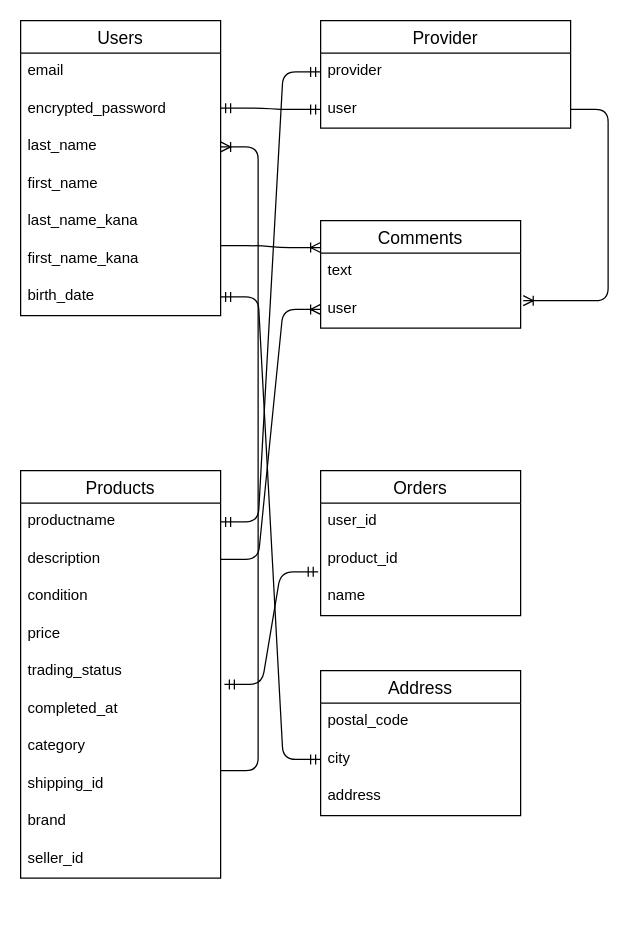
The draw.io diagram ER.dio in on102-yamauchi-kazuhiro/furima-35937, before the edit. Source tidied: cells renumbered, new cells numbered last; positions are measured from the earlier drawing's top-left corner, leaving out a move shared by most shapes. Both pictures are drawn from the tidied source at 125%, with x=0, y=0 at pixel (20, 20).
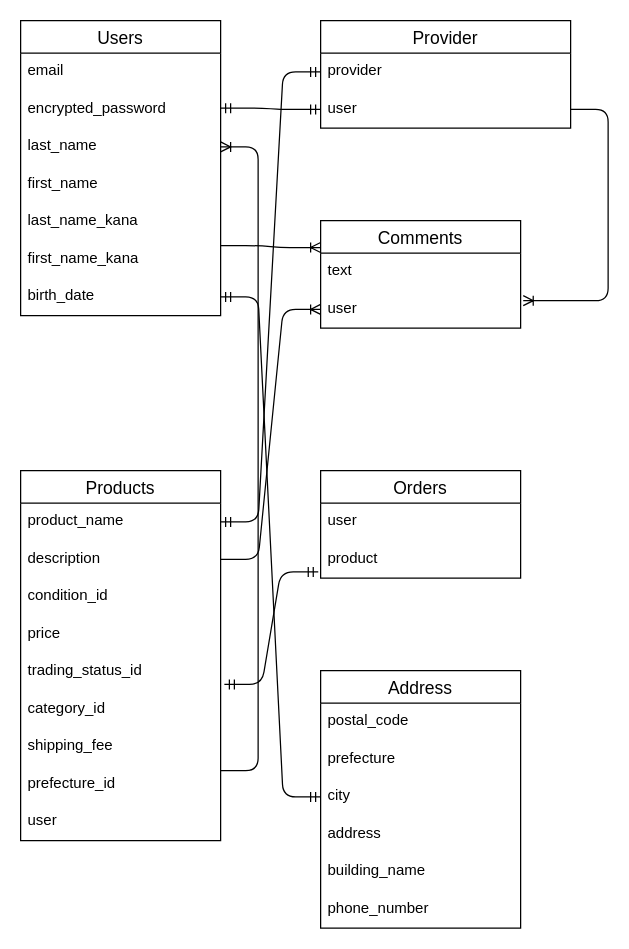
After the change.

Commit message (it also covers changes not shown here):
データ設計の修正３

Diff of the diagram source:
```diff
@@
     <mxCell id="16" value="Products" style="swimlane;fontStyle=0;horizontal=1;startSize=26;align=center;fontSize=14;" parent="1" vertex="1">
-      <mxGeometry y="360" width="160" height="326" as="geometry" />
+      <mxGeometry y="360" width="160" height="296" as="geometry" />
     </mxCell>
-    <mxCell id="17" value="productname" style="text;strokeColor=none;fillColor=none;spacingLeft=4;spacingRight=4;overflow=hidden;points=[[0,0.5],[1,0.5]];portConstraint=eastwest;fontSize=12;" parent="16" vertex="1">
+    <mxCell id="17" value="product_name" style="text;strokeColor=none;fillColor=none;spacingLeft=4;spacingRight=4;overflow=hidden;points=[[0,0.5],[1,0.5]];portConstraint=eastwest;fontSize=12;" parent="16" vertex="1">
       <mxGeometry y="26" width="160" height="30" as="geometry" />
     </mxCell>
@@
-    <mxCell id="19" value="condition" style="text;strokeColor=none;fillColor=none;spacingLeft=4;spacingRight=4;overflow=hidden;fontSize=12;" parent="16" vertex="1">
+    <mxCell id="19" value="condition_id" style="text;strokeColor=none;fillColor=none;spacingLeft=4;spacingRight=4;overflow=hidden;fontSize=12;" parent="16" vertex="1">
       <mxGeometry y="86" width="160" height="30" as="geometry" />
     </mxCell>
@@
-    <mxCell id="21" value="trading_status" style="text;strokeColor=none;fillColor=none;spacingLeft=4;spacingRight=4;overflow=hidden;fontSize=12;" parent="16" vertex="1">
+    <mxCell id="21" value="trading_status_id" style="text;strokeColor=none;fillColor=none;spacingLeft=4;spacingRight=4;overflow=hidden;fontSize=12;" parent="16" vertex="1">
       <mxGeometry y="146" width="160" height="30" as="geometry" />
     </mxCell>
-    <mxCell id="22" value="completed_at" style="text;strokeColor=none;fillColor=none;spacingLeft=4;spacingRight=4;overflow=hidden;fontSize=12;" parent="16" vertex="1">
-      <mxGeometry y="176" width="160" height="30" as="geometry" />
-    </mxCell>
-    <mxCell id="23" value="category" style="text;strokeColor=none;fillColor=none;spacingLeft=4;spacingRight=4;overflow=hidden;fontSize=12;" parent="16" vertex="1">
-      <mxGeometry y="206" width="160" height="30" as="geometry" />
+    <mxCell id="23" value="category_id" style="text;strokeColor=none;fillColor=none;spacingLeft=4;spacingRight=4;overflow=hidden;fontSize=12;" parent="16" vertex="1">
+      <mxGeometry y="176" width="160" height="30" as="geometry" />
     </mxCell>
-    <mxCell id="24" value="shipping_id" style="text;strokeColor=none;fillColor=none;spacingLeft=4;spacingRight=4;overflow=hidden;fontSize=12;" parent="16" vertex="1">
-      <mxGeometry y="236" width="160" height="30" as="geometry" />
+    <mxCell id="24" value="shipping_fee" style="text;strokeColor=none;fillColor=none;spacingLeft=4;spacingRight=4;overflow=hidden;fontSize=12;" parent="16" vertex="1">
+      <mxGeometry y="206" width="160" height="30" as="geometry" />
     </mxCell>
-    <mxCell id="25" value="brand" style="text;strokeColor=none;fillColor=none;spacingLeft=4;spacingRight=4;overflow=hidden;fontSize=12;" parent="16" vertex="1">
-      <mxGeometry y="266" width="160" height="30" as="geometry" />
+    <mxCell id="25" value="prefecture_id" style="text;strokeColor=none;fillColor=none;spacingLeft=4;spacingRight=4;overflow=hidden;fontSize=12;" parent="16" vertex="1">
+      <mxGeometry y="236" width="160" height="30" as="geometry" />
     </mxCell>
-    <mxCell id="26" value="seller_id" style="text;strokeColor=none;fillColor=none;spacingLeft=4;spacingRight=4;overflow=hidden;fontSize=12;" parent="16" vertex="1">
-      <mxGeometry y="296" width="160" height="30" as="geometry" />
+    <mxCell id="26" value="user" style="text;strokeColor=none;fillColor=none;spacingLeft=4;spacingRight=4;overflow=hidden;fontSize=12;" parent="16" vertex="1">
+      <mxGeometry y="266" width="160" height="30" as="geometry" />
     </mxCell>
     <mxCell id="27" value="Orders" style="swimlane;fontStyle=0;horizontal=1;startSize=26;align=center;fontSize=14;" parent="1" vertex="1">
-      <mxGeometry x="240" y="360" width="160" height="116" as="geometry" />
+      <mxGeometry x="240" y="360" width="160" height="86" as="geometry" />
     </mxCell>
-    <mxCell id="28" value="user_id" style="text;strokeColor=none;fillColor=none;spacingLeft=4;spacingRight=4;overflow=hidden;fontSize=12;" parent="27" vertex="1">
+    <mxCell id="28" value="user" style="text;strokeColor=none;fillColor=none;spacingLeft=4;spacingRight=4;overflow=hidden;fontSize=12;" parent="27" vertex="1">
       <mxGeometry y="26" width="160" height="30" as="geometry" />
     </mxCell>
-    <mxCell id="29" value="product_id" style="text;strokeColor=none;fillColor=none;spacingLeft=4;spacingRight=4;overflow=hidden;fontSize=12;" parent="27" vertex="1">
+    <mxCell id="29" value="product" style="text;strokeColor=none;fillColor=none;spacingLeft=4;spacingRight=4;overflow=hidden;fontSize=12;" parent="27" vertex="1">
       <mxGeometry y="56" width="160" height="30" as="geometry" />
     </mxCell>
-    <mxCell id="30" value="name" style="text;strokeColor=none;fillColor=none;spacingLeft=4;spacingRight=4;overflow=hidden;points=[[0,0.5],[1,0.5]];portConstraint=eastwest;fontSize=12;" parent="27" vertex="1">
-      <mxGeometry y="86" width="160" height="30" as="geometry" />
-    </mxCell>
@@
-    <mxCell id="32" style="edgeStyle=entityRelationEdgeStyle;fontSize=12;html=1;endArrow=ERmandOne;startArrow=ERmandOne;entryX=-0.012;entryY=-0.167;entryDx=0;entryDy=0;entryPerimeter=0;" parent="1" edge="1" target="30">
+    <mxCell id="32" style="edgeStyle=entityRelationEdgeStyle;fontSize=12;html=1;endArrow=ERmandOne;startArrow=ERmandOne;entryX=-0.012;entryY=-0.167;entryDx=0;entryDy=0;entryPerimeter=0;" parent="1" edge="1">
       <mxGeometry relative="1" as="geometry">
         <mxPoint x="163" y="531" as="sourcePoint" />
+        <mxPoint x="238.1" y="441" as="targetPoint" />
       </mxGeometry>
     </mxCell>
@@
     <mxCell id="38" value="Address" style="swimlane;fontStyle=0;horizontal=1;startSize=26;align=center;fontSize=14;" parent="1" vertex="1">
-      <mxGeometry x="240" y="520" width="160" height="116" as="geometry" />
+      <mxGeometry x="240" y="520" width="160" height="206" as="geometry" />
     </mxCell>
@@
+    <mxCell id="43" value="prefecture" style="text;strokeColor=none;fillColor=none;spacingLeft=4;spacingRight=4;overflow=hidden;fontSize=12;" parent="38" vertex="1">
+      <mxGeometry y="56" width="160" height="30" as="geometry" />
+    </mxCell>
     <mxCell id="40" value="city" style="text;strokeColor=none;fillColor=none;spacingLeft=4;spacingRight=4;overflow=hidden;points=[[0,0.5],[1,0.5]];portConstraint=eastwest;fontSize=12;" parent="38" vertex="1">
-      <mxGeometry y="56" width="160" height="30" as="geometry" />
+      <mxGeometry y="86" width="160" height="30" as="geometry" />
     </mxCell>
     <mxCell id="41" value="address" style="text;strokeColor=none;fillColor=none;spacingLeft=4;spacingRight=4;overflow=hidden;fontSize=12;" parent="38" vertex="1">
-      <mxGeometry y="86" width="160" height="30" as="geometry" />
+      <mxGeometry y="116" width="160" height="30" as="geometry" />
     </mxCell>
+    <mxCell id="44" value="building_name" style="text;strokeColor=none;fillColor=none;spacingLeft=4;spacingRight=4;overflow=hidden;fontSize=12;" parent="38" vertex="1">
+      <mxGeometry y="146" width="160" height="30" as="geometry" />
+    </mxCell>
+    <mxCell id="45" value="phone_number" style="text;strokeColor=none;fillColor=none;spacingLeft=4;spacingRight=4;overflow=hidden;fontSize=12;" parent="38" vertex="1">
+      <mxGeometry y="176" width="160" height="30" as="geometry" />
+    </mxCell>
```
